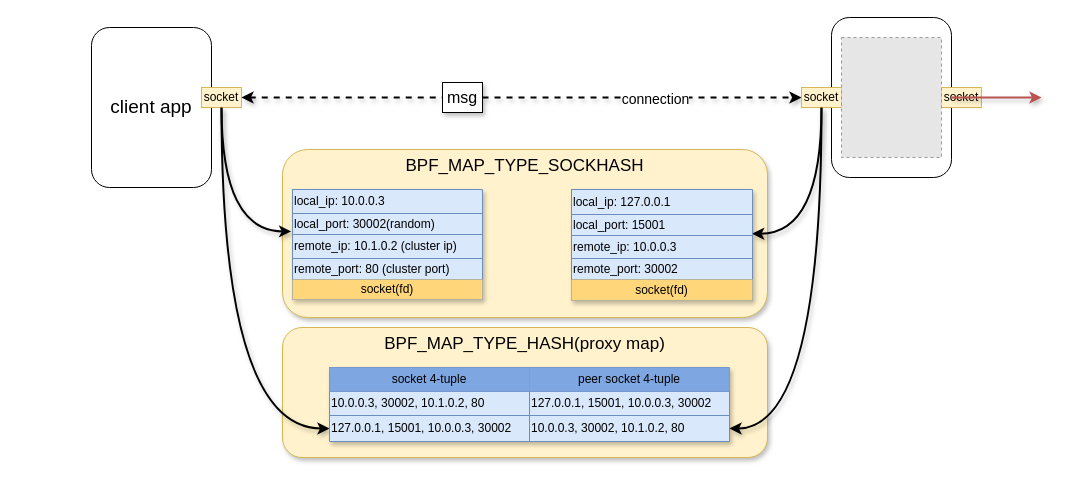
Before: istio_dataflow/ingress_egress_envoy_to_envoy/egress_acceleration.drawio in LuyaoZhong/Documents, a draw.io diagram. Source tidied: cells renumbered, new cells numbered last; positions are measured from the earlier drawing's top-left corner, leaving out a move shared by most shapes. Both pictures are drawn from the tidied source at 100%, with x=0, y=0 at pixel (91, 17). Pictures stored in the file or linked from it are replaced by grey dashed boxes.
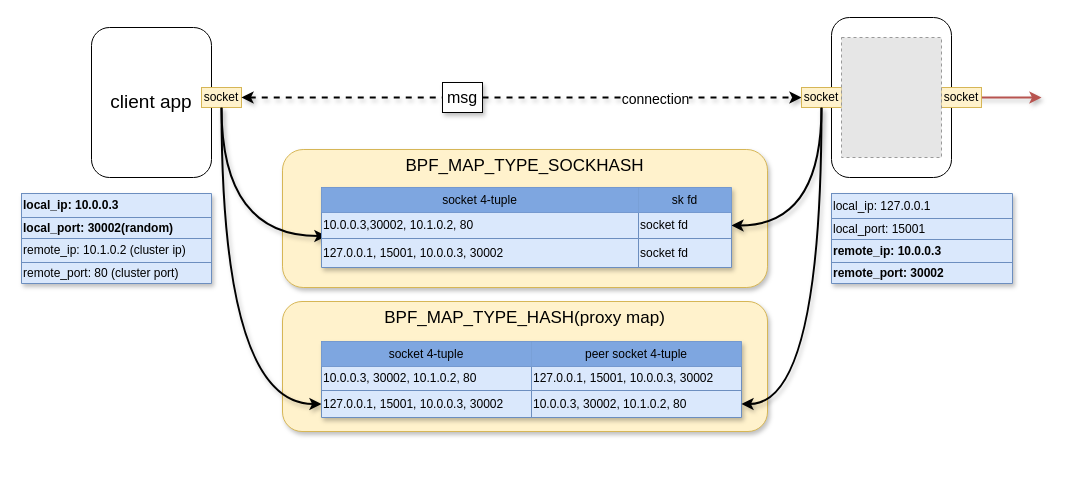
After the change.

Unchanged cells that the change refers to:
```xml
<mxCell id="4" style="rounded=1;whiteSpace=wrap;html=1;" parent="1" vertex="1">
  <mxGeometry x="740" width="120" height="160" as="geometry" />
</mxCell>
<mxCell id="8" value="socket" style="text;html=1;strokeColor=#d6b656;fillColor=#fff2cc;align=center;verticalAlign=middle;whiteSpace=wrap;rounded=0;" parent="1" vertex="1">
  <mxGeometry x="110" y="70" width="40" height="20" as="geometry" />
</mxCell>
<mxCell id="10" value="socket" style="text;html=1;strokeColor=#d6b656;fillColor=#fff2cc;align=center;verticalAlign=middle;whiteSpace=wrap;rounded=0;" parent="1" vertex="1">
  <mxGeometry x="710" y="70" width="40" height="20" as="geometry" />
</mxCell>
<mxCell id="18" style="shape=partialRectangle;html=1;whiteSpace=wrap;fillColor=none;top=0;left=0;bottom=0;right=0;points=[[0,0.5],[1,0.5]];portConstraint=eastwest;" parent="13" vertex="1">
  <mxGeometry y="46" width="181" height="23" as="geometry" />
</mxCell>
<mxCell id="20" style="shape=partialRectangle;html=1;whiteSpace=wrap;fillColor=none;top=0;left=0;bottom=0;right=0;" parent="13" vertex="1">
  <mxGeometry y="69" width="181" height="21" as="geometry" />
</mxCell>
```

What changed in the source:
```diff
@@
+    <mxCell id="12" style="endArrow=classic;html=1;strokeWidth=2;shadow=1;fillColor=#f8cecc;strokeColor=#b85450;exitX=1;exitY=0.5;exitDx=0;exitDy=0;" parent="1" edge="1" source="4">
+      <mxGeometry relative="1" as="geometry">
+        <mxPoint x="950" y="80" as="targetPoint" />
+      </mxGeometry>
+    </mxCell>
     <mxCell id="2" value="&lt;font style=&quot;font-size: 17px&quot;&gt;BPF_MAP_TYPE_SOCKHASH&lt;/font&gt;" style="rounded=1;whiteSpace=wrap;html=1;align=center;shadow=1;verticalAlign=top;fillColor=#fff2cc;strokeColor=#d6b656;" parent="1" vertex="1">
-      <mxGeometry x="191" y="132" width="485" height="168" as="geometry" />
+      <mxGeometry x="191" y="132" width="485" height="138" as="geometry" />
     </mxCell>
     <mxCell id="3" value="&lt;span style=&quot;font-size: 19px&quot;&gt;client app&lt;/span&gt;" style="rounded=1;whiteSpace=wrap;html=1;" parent="1" vertex="1">
-      <mxGeometry y="10" width="120" height="160" as="geometry" />
+      <mxGeometry y="10" width="120" height="150" as="geometry" />
     </mxCell>
@@
-    <mxCell id="7" style="edgeStyle=orthogonalEdgeStyle;rounded=0;jettySize=auto;html=1;shadow=1;startArrow=none;startFill=0;strokeWidth=2;curved=1;entryX=-0.007;entryY=-0.13;entryDx=0;entryDy=0;entryPerimeter=0;" parent="1" edge="1" source="8" target="29">
+    <mxCell id="7" style="edgeStyle=orthogonalEdgeStyle;rounded=0;jettySize=auto;html=1;shadow=1;startArrow=none;startFill=0;strokeWidth=2;curved=1;entryX=0.012;entryY=0.907;entryDx=0;entryDy=0;entryPerimeter=0;" parent="1" edge="1" source="8" target="56">
       <mxGeometry relative="1" as="geometry" />
     </mxCell>
@@
-    <mxCell id="9" style="edgeStyle=orthogonalEdgeStyle;curved=1;rounded=0;jettySize=auto;html=1;shadow=1;startArrow=none;startFill=0;strokeWidth=2;entryX=0.998;entryY=-0.077;entryDx=0;entryDy=0;entryPerimeter=0;" parent="1" edge="1" source="10" target="18">
+    <mxCell id="9" style="edgeStyle=orthogonalEdgeStyle;curved=1;rounded=0;jettySize=auto;html=1;shadow=1;startArrow=none;startFill=0;strokeWidth=2;entryX=1;entryY=0.5;entryDx=0;entryDy=0;" parent="1" edge="1" source="10" target="56">
       <mxGeometry relative="1" as="geometry" />
     </mxCell>
@@
-    <mxCell id="12" style="endArrow=classic;html=1;strokeWidth=2;shadow=1;fillColor=#f8cecc;strokeColor=#b85450;exitX=1;exitY=0.5;exitDx=0;exitDy=0;" parent="1" edge="1" source="4">
-      <mxGeometry relative="1" as="geometry">
-        <mxPoint x="950" y="80" as="targetPoint" />
-      </mxGeometry>
-    </mxCell>
     <mxCell id="13" style="shape=table;html=1;whiteSpace=wrap;startSize=0;childLayout=tableLayout;fillColor=#dae8fc;strokeColor=#6c8ebf;shadow=1;" parent="1" vertex="1">
-      <mxGeometry x="480" y="172" width="181" height="111" as="geometry" />
+      <mxGeometry x="740" y="176" width="181" height="90" as="geometry" />
     </mxCell>
@@
-    <mxCell id="19" value="remote_ip: 10.0.0.3" style="shape=partialRectangle;html=1;whiteSpace=wrap;overflow=hidden;fillColor=none;top=0;left=0;bottom=0;right=0;align=left;" parent="18" vertex="1">
+    <mxCell id="19" value="remote_ip: 10.0.0.3" style="shape=partialRectangle;html=1;whiteSpace=wrap;overflow=hidden;fillColor=none;top=0;left=0;bottom=0;right=0;align=left;fontStyle=1;" parent="18" vertex="1">
       <mxGeometry width="181" height="23" as="geometry" />
     </mxCell>
@@
-    <mxCell id="21" value="remote_port: 30002" style="shape=partialRectangle;html=1;whiteSpace=wrap;overflow=hidden;fillColor=none;top=0;left=0;bottom=0;right=0;align=left;" parent="20" vertex="1">
+    <mxCell id="21" value="remote_port: 30002" style="shape=partialRectangle;html=1;whiteSpace=wrap;overflow=hidden;fillColor=none;top=0;left=0;bottom=0;right=0;align=left;fontStyle=1;" parent="20" vertex="1">
       <mxGeometry width="181" height="21" as="geometry" />
     </mxCell>
-    <mxCell id="22" style="shape=partialRectangle;html=1;whiteSpace=wrap;fillColor=none;top=0;left=0;bottom=0;right=0;" parent="13" vertex="1">
-      <mxGeometry y="90" width="181" height="21" as="geometry" />
-    </mxCell>
-    <mxCell id="23" value="socket(fd)" style="shape=partialRectangle;html=1;whiteSpace=wrap;overflow=hidden;fillColor=#FFD77A;top=0;left=0;bottom=0;right=0;align=center;" parent="22" vertex="1">
-      <mxGeometry width="181" height="21" as="geometry" />
-    </mxCell>
-    <mxCell id="24" style="shape=table;html=1;whiteSpace=wrap;startSize=0;childLayout=tableLayout;fillColor=#dae8fc;strokeColor=#6c8ebf;shadow=1;align=left;" parent="1" vertex="1">
-      <mxGeometry x="201" y="172" width="190" height="110" as="geometry" />
-    </mxCell>
-    <mxCell id="25" style="shape=partialRectangle;html=1;whiteSpace=wrap;fillColor=none;top=0;left=0;bottom=0;right=0;" parent="24" vertex="1">
-      <mxGeometry width="190" height="24" as="geometry" />
-    </mxCell>
-    <mxCell id="26" value="local_ip: 10.0.0.3" style="shape=partialRectangle;html=1;whiteSpace=wrap;overflow=hidden;fillColor=none;top=0;left=0;bottom=0;right=0;align=left;" parent="25" vertex="1">
-      <mxGeometry width="190" height="24" as="geometry" />
-    </mxCell>
-    <mxCell id="27" style="shape=partialRectangle;html=1;whiteSpace=wrap;fillColor=none;top=0;left=0;bottom=0;right=0;" parent="24" vertex="1">
-      <mxGeometry y="24" width="190" height="21" as="geometry" />
-    </mxCell>
-    <mxCell id="28" value="local_port: 30002(random)" style="shape=partialRectangle;html=1;whiteSpace=wrap;overflow=hidden;fillColor=none;top=0;left=0;bottom=0;right=0;align=left;" parent="27" vertex="1">
-      <mxGeometry width="190" height="21" as="geometry" />
-    </mxCell>
-    <mxCell id="29" style="shape=partialRectangle;html=1;whiteSpace=wrap;fillColor=none;top=0;left=0;bottom=0;right=0;points=[[0,0.5],[1,0.5]];portConstraint=eastwest;" parent="24" vertex="1">
-      <mxGeometry y="45" width="190" height="24" as="geometry" />
-    </mxCell>
-    <mxCell id="30" value="remote_ip: 10.1.0.2 (cluster ip)" style="shape=partialRectangle;html=1;whiteSpace=wrap;overflow=hidden;fillColor=none;top=0;left=0;bottom=0;right=0;align=left;" parent="29" vertex="1">
-      <mxGeometry width="190" height="24" as="geometry" />
-    </mxCell>
-    <mxCell id="31" style="shape=partialRectangle;html=1;whiteSpace=wrap;fillColor=none;top=0;left=0;bottom=0;right=0;" parent="24" vertex="1">
-      <mxGeometry y="69" width="190" height="21" as="geometry" />
-    </mxCell>
-    <mxCell id="32" value="remote_port: 80 (cluster port)" style="shape=partialRectangle;html=1;whiteSpace=wrap;overflow=hidden;fillColor=none;top=0;left=0;bottom=0;right=0;align=left;" parent="31" vertex="1">
-      <mxGeometry width="190" height="21" as="geometry" />
-    </mxCell>
-    <mxCell id="33" style="shape=partialRectangle;html=1;whiteSpace=wrap;fillColor=#FFD77A;top=0;left=0;bottom=0;right=0;" parent="24" vertex="1">
-      <mxGeometry y="90" width="190" height="20" as="geometry" />
-    </mxCell>
-    <mxCell id="34" value="socket(fd)" style="shape=partialRectangle;html=1;whiteSpace=wrap;overflow=hidden;fillColor=none;top=0;left=0;bottom=0;right=0;align=center;" parent="33" vertex="1">
-      <mxGeometry width="190" height="20" as="geometry" />
-    </mxCell>
@@
     <mxCell id="36" value="&lt;font style=&quot;font-size: 17px&quot;&gt;BPF_MAP_TYPE_HASH(proxy map)&lt;/font&gt;" style="rounded=1;whiteSpace=wrap;html=1;align=center;shadow=1;verticalAlign=top;fillColor=#fff2cc;strokeColor=#d6b656;" parent="1" vertex="1">
-      <mxGeometry x="191" y="310" width="485" height="130" as="geometry" />
+      <mxGeometry x="191" y="284" width="485" height="130" as="geometry" />
     </mxCell>
@@
     <mxCell id="38" style="shape=table;html=1;whiteSpace=wrap;startSize=0;childLayout=tableLayout;fillColor=#dae8fc;strokeColor=#6c8ebf;shadow=1;align=left;" parent="1" vertex="1">
-      <mxGeometry x="238" y="350" width="400" height="74" as="geometry" />
+      <mxGeometry x="230" y="324" width="420" height="76" as="geometry" />
     </mxCell>
     <mxCell id="39" style="shape=partialRectangle;html=1;whiteSpace=wrap;fillColor=none;top=0;left=0;bottom=0;right=0;" parent="38" vertex="1">
-      <mxGeometry width="400" height="24" as="geometry" />
+      <mxGeometry width="420" height="25" as="geometry" />
     </mxCell>
     <mxCell id="40" value="socket 4-tuple" style="shape=partialRectangle;html=1;whiteSpace=wrap;overflow=hidden;fillColor=#7EA6E0;top=0;left=0;bottom=0;right=0;align=center;" parent="39" vertex="1">
-      <mxGeometry width="200" height="24" as="geometry" />
+      <mxGeometry width="210" height="25" as="geometry" />
     </mxCell>
     <mxCell id="41" value="peer socket 4-tuple" style="shape=partialRectangle;html=1;whiteSpace=wrap;overflow=hidden;fillColor=#7EA6E0;top=0;left=0;bottom=0;right=0;align=center;" parent="39" vertex="1">
-      <mxGeometry x="200" width="200" height="24" as="geometry" />
+      <mxGeometry x="210" width="210" height="25" as="geometry" />
     </mxCell>
     <mxCell id="42" style="shape=partialRectangle;html=1;whiteSpace=wrap;fillColor=none;top=0;left=0;bottom=0;right=0;" parent="38" vertex="1">
-      <mxGeometry y="24" width="400" height="24" as="geometry" />
+      <mxGeometry y="25" width="420" height="24" as="geometry" />
     </mxCell>
     <mxCell id="43" value="10.0.0.3, 30002, 10.1.0.2, 80" style="shape=partialRectangle;html=1;whiteSpace=wrap;overflow=hidden;fillColor=none;top=0;left=0;bottom=0;right=0;align=left;" parent="42" vertex="1">
-      <mxGeometry width="200" height="24" as="geometry" />
+      <mxGeometry width="210" height="24" as="geometry" />
     </mxCell>
     <mxCell id="44" value="127.0.0.1, 15001, 10.0.0.3, 30002" style="shape=partialRectangle;html=1;whiteSpace=wrap;overflow=hidden;fillColor=none;top=0;left=0;bottom=0;right=0;align=left;" parent="42" vertex="1">
-      <mxGeometry x="200" width="200" height="24" as="geometry" />
+      <mxGeometry x="210" width="210" height="24" as="geometry" />
     </mxCell>
     <mxCell id="45" style="shape=partialRectangle;html=1;whiteSpace=wrap;fillColor=none;top=0;left=0;bottom=0;right=0;points=[[0,0.5],[1,0.5]];portConstraint=eastwest;" parent="38" vertex="1">
-      <mxGeometry y="48" width="400" height="26" as="geometry" />
+      <mxGeometry y="49" width="420" height="27" as="geometry" />
     </mxCell>
     <mxCell id="46" value="&lt;span&gt;127.0.0.1, 15001, 10.0.0.3, 30002&lt;/span&gt;" style="shape=partialRectangle;html=1;whiteSpace=wrap;overflow=hidden;fillColor=none;top=0;left=0;bottom=0;right=0;align=left;" parent="45" vertex="1">
-      <mxGeometry width="200" height="26" as="geometry" />
+      <mxGeometry width="210" height="27" as="geometry" />
     </mxCell>
     <mxCell id="47" value="&lt;span&gt;10.0.0.3, 30002, 10.1.0.2, 80&lt;/span&gt;" style="shape=partialRectangle;html=1;whiteSpace=wrap;overflow=hidden;fillColor=none;top=0;left=0;bottom=0;right=0;align=left;" parent="45" vertex="1">
-      <mxGeometry x="200" width="200" height="26" as="geometry" />
+      <mxGeometry x="210" width="210" height="27" as="geometry" />
     </mxCell>
@@
+    <mxCell id="51" style="shape=table;html=1;whiteSpace=wrap;startSize=0;childLayout=tableLayout;fillColor=#dae8fc;strokeColor=#6c8ebf;shadow=1;align=left;" parent="1" vertex="1">
+      <mxGeometry x="-70" y="176" width="190" height="90" as="geometry" />
+    </mxCell>
+    <mxCell id="25" style="shape=partialRectangle;html=1;whiteSpace=wrap;fillColor=none;top=0;left=0;bottom=0;right=0;" parent="51" vertex="1">
+      <mxGeometry width="190" height="24" as="geometry" />
+    </mxCell>
+    <mxCell id="26" value="local_ip: 10.0.0.3" style="shape=partialRectangle;html=1;whiteSpace=wrap;overflow=hidden;fillColor=none;top=0;left=0;bottom=0;right=0;align=left;fontStyle=1;" parent="25" vertex="1">
+      <mxGeometry width="190" height="24" as="geometry" />
+    </mxCell>
+    <mxCell id="27" style="shape=partialRectangle;html=1;whiteSpace=wrap;fillColor=none;top=0;left=0;bottom=0;right=0;" parent="51" vertex="1">
+      <mxGeometry y="24" width="190" height="21" as="geometry" />
+    </mxCell>
+    <mxCell id="28" value="local_port: 30002(random)" style="shape=partialRectangle;html=1;whiteSpace=wrap;overflow=hidden;fillColor=none;top=0;left=0;bottom=0;right=0;align=left;fontStyle=1;" parent="27" vertex="1">
+      <mxGeometry width="190" height="21" as="geometry" />
+    </mxCell>
+    <mxCell id="29" style="shape=partialRectangle;html=1;whiteSpace=wrap;fillColor=none;top=0;left=0;bottom=0;right=0;points=[[0,0.5],[1,0.5]];portConstraint=eastwest;" parent="51" vertex="1">
+      <mxGeometry y="45" width="190" height="24" as="geometry" />
+    </mxCell>
+    <mxCell id="30" value="remote_ip: 10.1.0.2 (cluster ip)" style="shape=partialRectangle;html=1;whiteSpace=wrap;overflow=hidden;fillColor=none;top=0;left=0;bottom=0;right=0;align=left;" parent="29" vertex="1">
+      <mxGeometry width="190" height="24" as="geometry" />
+    </mxCell>
+    <mxCell id="31" style="shape=partialRectangle;html=1;whiteSpace=wrap;fillColor=none;top=0;left=0;bottom=0;right=0;" parent="51" vertex="1">
+      <mxGeometry y="69" width="190" height="21" as="geometry" />
+    </mxCell>
+    <mxCell id="32" value="remote_port: 80 (cluster port)" style="shape=partialRectangle;html=1;whiteSpace=wrap;overflow=hidden;fillColor=none;top=0;left=0;bottom=0;right=0;align=left;" parent="31" vertex="1">
+      <mxGeometry width="190" height="21" as="geometry" />
+    </mxCell>
+    <mxCell id="52" style="shape=table;html=1;whiteSpace=wrap;startSize=0;childLayout=tableLayout;fillColor=#dae8fc;strokeColor=#6c8ebf;shadow=1;align=left;" parent="1" vertex="1">
+      <mxGeometry x="230" y="170" width="410" height="80" as="geometry" />
+    </mxCell>
+    <mxCell id="53" style="shape=partialRectangle;html=1;whiteSpace=wrap;fillColor=none;top=0;left=0;bottom=0;right=0;" parent="52" vertex="1">
+      <mxGeometry width="410" height="25" as="geometry" />
+    </mxCell>
+    <mxCell id="54" value="socket 4-tuple" style="shape=partialRectangle;html=1;whiteSpace=wrap;overflow=hidden;fillColor=#7EA6E0;top=0;left=0;bottom=0;right=0;align=center;" parent="53" vertex="1">
+      <mxGeometry width="317" height="25" as="geometry" />
+    </mxCell>
+    <mxCell id="55" value="sk fd" style="shape=partialRectangle;html=1;whiteSpace=wrap;overflow=hidden;fillColor=#7EA6E0;top=0;left=0;bottom=0;right=0;align=center;" parent="53" vertex="1">
+      <mxGeometry x="317" width="93" height="25" as="geometry" />
+    </mxCell>
+    <mxCell id="56" style="shape=partialRectangle;html=1;whiteSpace=wrap;fillColor=none;top=0;left=0;bottom=0;right=0;points=[[0,0.5],[1,0.5]];portConstraint=eastwest;" parent="52" vertex="1">
+      <mxGeometry y="25" width="410" height="26" as="geometry" />
+    </mxCell>
+    <mxCell id="57" value="10.0.0.3,30002, 10.1.0.2, 80" style="shape=partialRectangle;html=1;whiteSpace=wrap;overflow=hidden;fillColor=none;top=0;left=0;bottom=0;right=0;align=left;" parent="56" vertex="1">
+      <mxGeometry width="317" height="26" as="geometry" />
+    </mxCell>
+    <mxCell id="58" value="socket fd" style="shape=partialRectangle;html=1;whiteSpace=wrap;overflow=hidden;fillColor=none;top=0;left=0;bottom=0;right=0;align=left;" parent="56" vertex="1">
+      <mxGeometry x="317" width="93" height="26" as="geometry" />
+    </mxCell>
+    <mxCell id="59" style="shape=partialRectangle;html=1;whiteSpace=wrap;fillColor=none;top=0;left=0;bottom=0;right=0;" parent="52" vertex="1">
+      <mxGeometry y="51" width="410" height="29" as="geometry" />
+    </mxCell>
+    <mxCell id="60" value="127.0.0.1, 15001, 10.0.0.3, 30002" style="shape=partialRectangle;html=1;whiteSpace=wrap;overflow=hidden;fillColor=none;top=0;left=0;bottom=0;right=0;align=left;" parent="59" vertex="1">
+      <mxGeometry width="317" height="29" as="geometry" />
+    </mxCell>
+    <mxCell id="61" value="socket fd" style="shape=partialRectangle;html=1;whiteSpace=wrap;overflow=hidden;fillColor=none;top=0;left=0;bottom=0;right=0;align=left;" parent="59" vertex="1">
+      <mxGeometry x="317" width="93" height="29" as="geometry" />
+    </mxCell>
```
